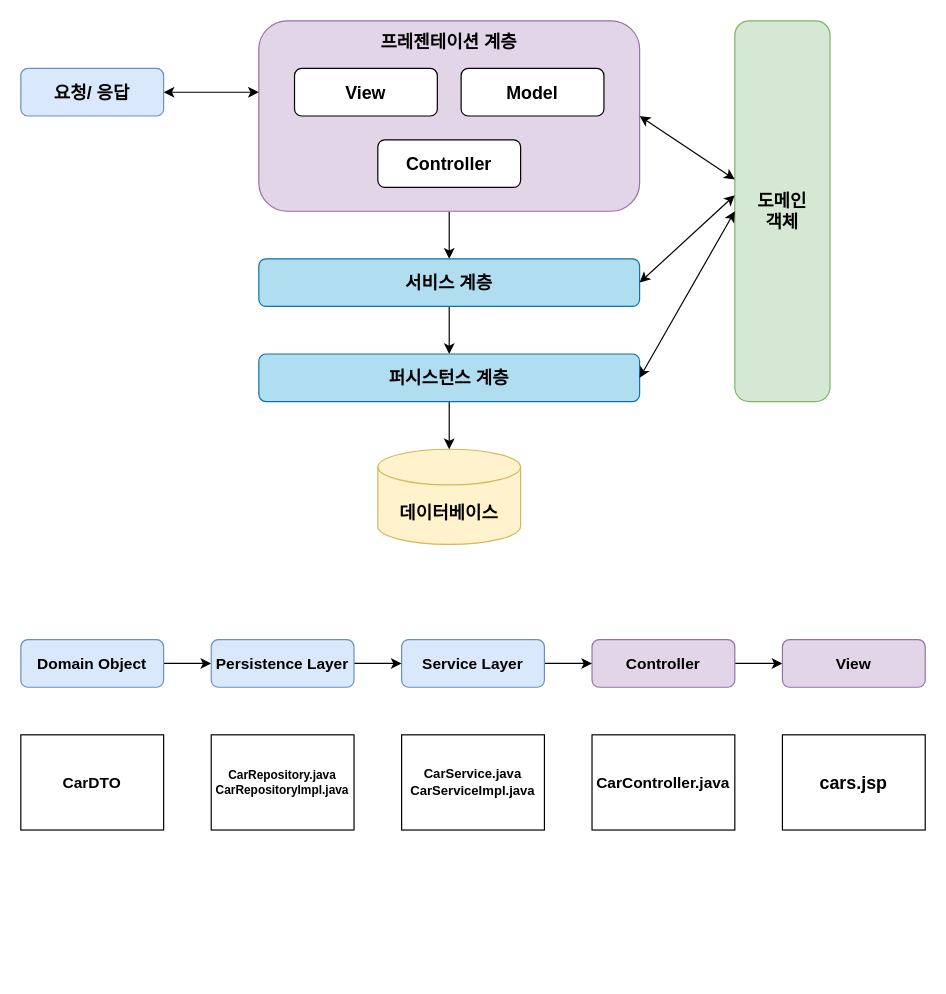
This is 제목 없는 다이어그램.drawio from CreatorDodo/JSP, a draw.io file, before an edit. Source tidied: cells renumbered, new cells numbered last; positions are measured from the earlier drawing's top-left corner, leaving out a move shared by most shapes. Both pictures are drawn from the tidied source at 119%, with x=0, y=0 at pixel (20, 20).
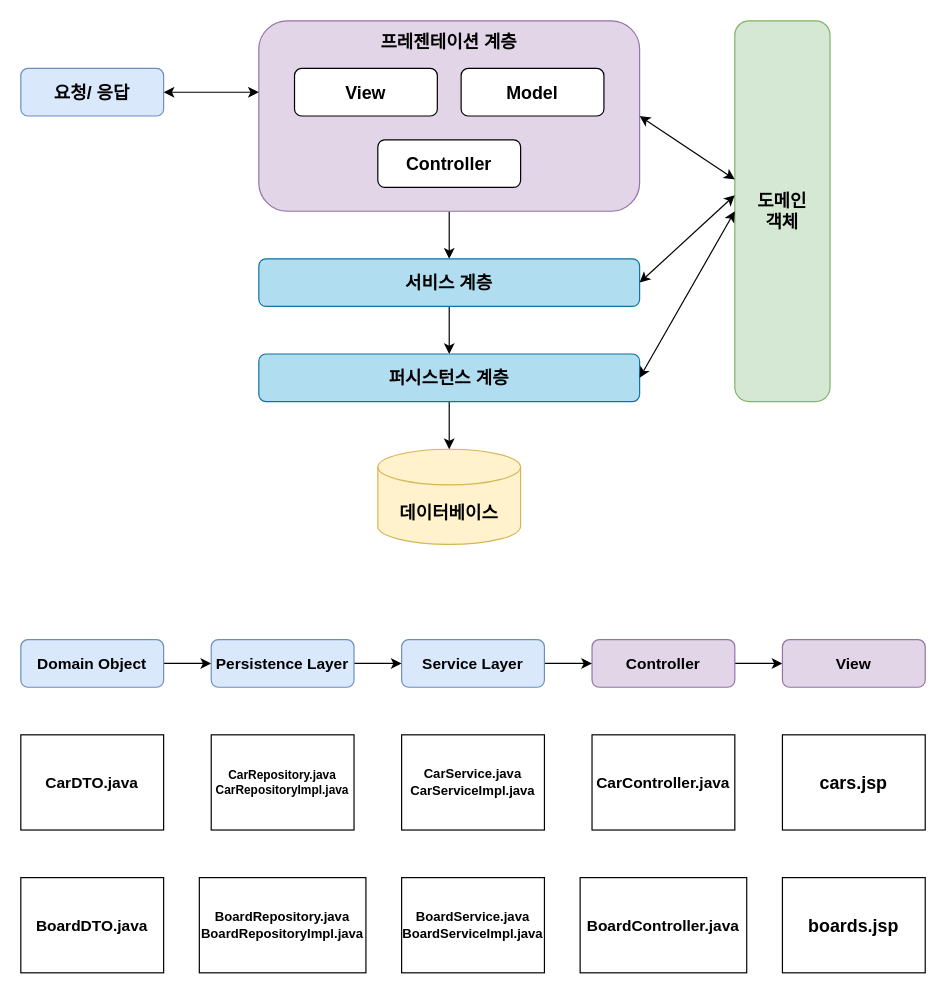
The same page after the edit.

What changed in the source:
```diff
@@
-    <mxCell id="27" value="CarDTO" style="rounded=0;whiteSpace=wrap;html=1;fontSize=13;fontStyle=1;" parent="1" vertex="1">
+    <mxCell id="27" value="CarDTO.java" style="rounded=0;whiteSpace=wrap;html=1;fontSize=13;fontStyle=1;" parent="1" vertex="1">
       <mxGeometry y="600" width="120" height="80" as="geometry" />
     </mxCell>
@@
+    <mxCell id="32" value="BoardDTO.java" style="rounded=0;whiteSpace=wrap;html=1;fontSize=13;fontStyle=1;" parent="1" vertex="1">
+      <mxGeometry y="720" width="120" height="80" as="geometry" />
+    </mxCell>
+    <mxCell id="33" value="&lt;font style=&quot;font-size: 11px;&quot;&gt;BoardRepository.java&lt;br style=&quot;font-size: 11px;&quot;&gt;BoardRepositoryImpl.java&lt;/font&gt;" style="rounded=0;whiteSpace=wrap;html=1;fontSize=11;fontStyle=1;" parent="1" vertex="1">
+      <mxGeometry x="150" y="720" width="140" height="80" as="geometry" />
+    </mxCell>
+    <mxCell id="34" value="BoardService.java&lt;br style=&quot;font-size: 11px;&quot;&gt;BoardServiceImpl.java" style="rounded=0;whiteSpace=wrap;html=1;fontSize=11;fontStyle=1;" parent="1" vertex="1">
+      <mxGeometry x="320" y="720" width="120" height="80" as="geometry" />
+    </mxCell>
+    <mxCell id="35" value="BoardController.java" style="rounded=0;whiteSpace=wrap;html=1;fontSize=13;fontStyle=1;" parent="1" vertex="1">
+      <mxGeometry x="470" y="720" width="140" height="80" as="geometry" />
+    </mxCell>
+    <mxCell id="36" value="boards.jsp" style="rounded=0;whiteSpace=wrap;html=1;fontSize=15;fontStyle=1;" parent="1" vertex="1">
+      <mxGeometry x="640" y="720" width="120" height="80" as="geometry" />
+    </mxCell>
```
